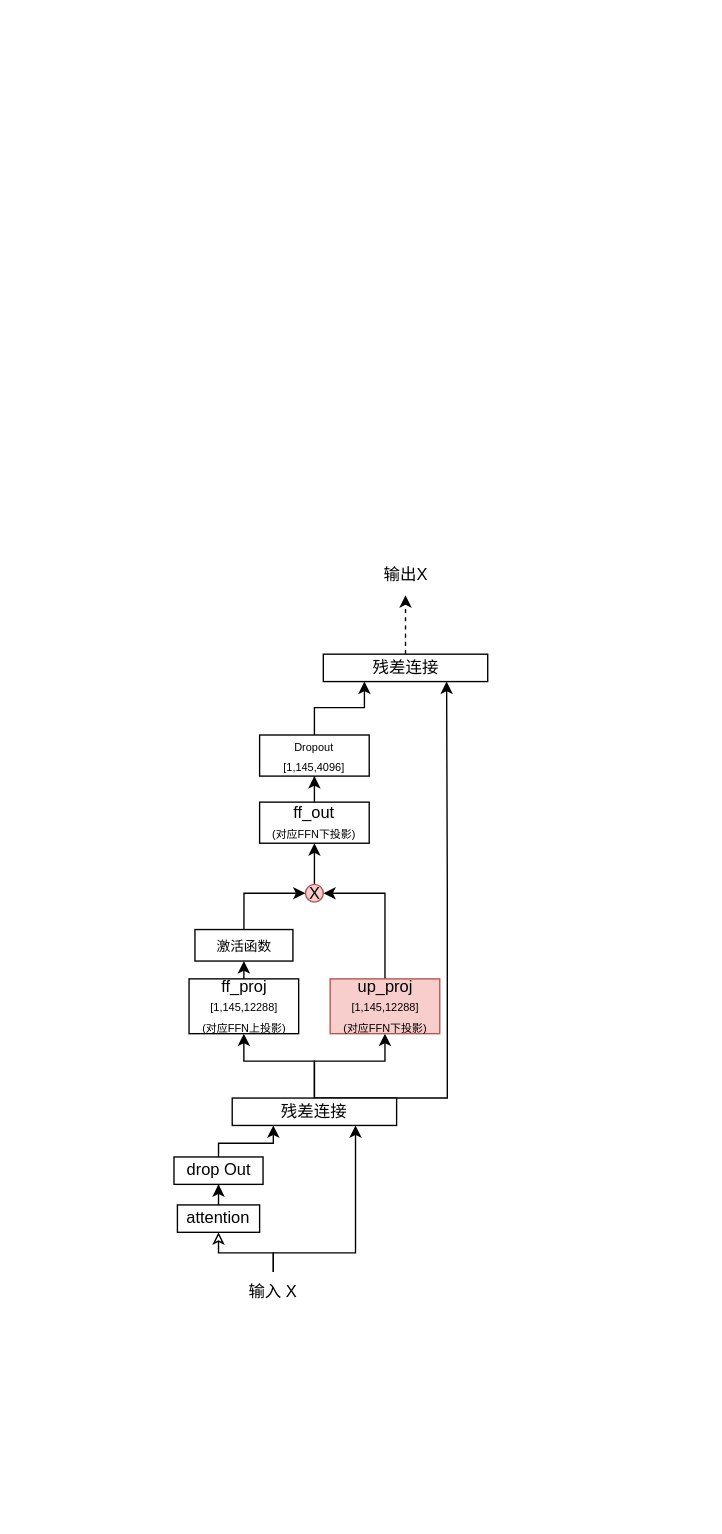
mailonghua/drawio keeps this draw.io diagram as llada.drawio. Above is the earlier version. Source tidied: cells renumbered, new cells numbered last; positions are measured from the earlier drawing's top-left corner, leaving out a move shared by most shapes. Both pictures are drawn from the tidied source at 137%, with x=0, y=0 at pixel (174, 553).
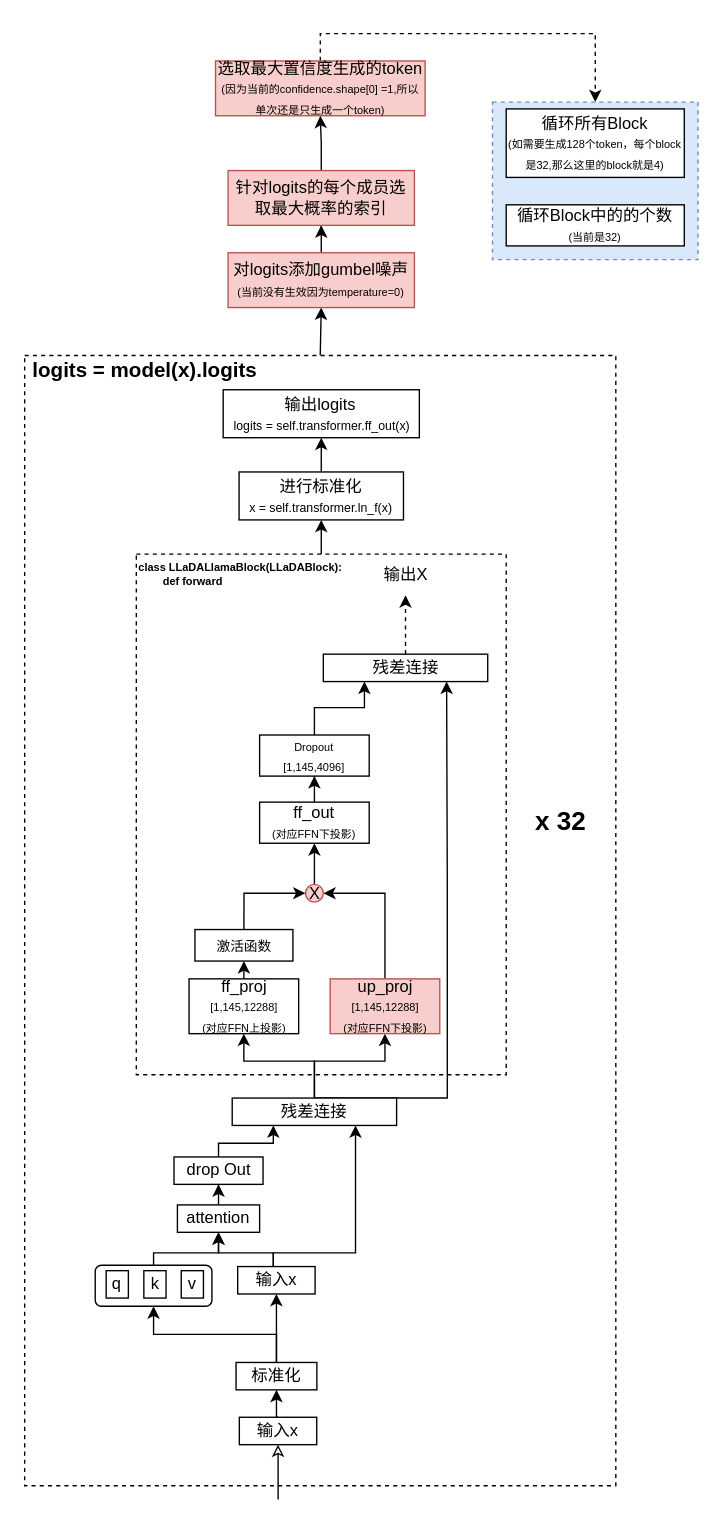
The same diagram, later.

The change refers to these unchanged cells:
```xml
<mxCell id="4" value="attention" style="rounded=0;whiteSpace=wrap;html=1;" parent="1" vertex="1">
  <mxGeometry x="2" y="475" width="60" height="20" as="geometry" />
</mxCell>
<mxCell id="10" value="残差连接" style="rounded=0;whiteSpace=wrap;html=1;" parent="1" vertex="1">
  <mxGeometry x="42" y="397" width="120" height="20" as="geometry" />
</mxCell>
```

Diff of the diagram source:
```diff
@@
+    <mxCell id="28" style="edgeStyle=orthogonalEdgeStyle;rounded=0;jettySize=auto;html=1;exitX=0.5;exitY=0;exitDx=0;exitDy=0;entryX=0.5;entryY=1;entryDx=0;entryDy=0;" parent="1" edge="1" source="29" target="52">
+      <mxGeometry relative="1" as="geometry" />
+    </mxCell>
+    <mxCell id="29" style="rounded=0;whiteSpace=wrap;html=1;dashed=1;" parent="1" vertex="1">
+      <mxGeometry x="-109.5" y="-145" width="431.5" height="825" as="geometry" />
+    </mxCell>
+    <mxCell id="30" style="edgeStyle=orthogonalEdgeStyle;rounded=0;jettySize=auto;html=1;" parent="1" edge="1" source="31" target="48">
+      <mxGeometry relative="1" as="geometry" />
+    </mxCell>
+    <mxCell id="31" style="rounded=0;whiteSpace=wrap;html=1;dashed=1;" parent="1" vertex="1">
+      <mxGeometry x="-28" width="270" height="380" as="geometry" />
+    </mxCell>
@@
-    <mxCell id="3" style="edgeStyle=orthogonalEdgeStyle;rounded=0;jettySize=auto;html=1;exitX=0.5;exitY=1;exitDx=0;exitDy=0;startArrow=classic;startFill=0;endArrow=none;entryX=0.5;entryY=0;entryDx=0;entryDy=0;" parent="1" edge="1" source="4" target="12">
+    <mxCell id="3" style="edgeStyle=orthogonalEdgeStyle;rounded=0;jettySize=auto;html=1;exitX=0.5;exitY=1;exitDx=0;exitDy=0;startArrow=classic;startFill=0;endArrow=none;entryX=0.5;entryY=0;entryDx=0;entryDy=0;" parent="1" edge="1" source="4">
       <mxGeometry relative="1" as="geometry">
+        <mxPoint x="72" y="520" as="targetPoint" />
         <Array as="points">
           <mxPoint x="32" y="510" />
           <mxPoint x="72" y="510" />
         </Array>
       </mxGeometry>
     </mxCell>
@@
-    <mxCell id="11" style="edgeStyle=orthogonalEdgeStyle;rounded=0;jettySize=auto;html=1;exitX=0.5;exitY=0;exitDx=0;exitDy=0;entryX=0.75;entryY=1;entryDx=0;entryDy=0;" parent="1" edge="1" source="12" target="10">
+    <mxCell id="11" style="edgeStyle=orthogonalEdgeStyle;rounded=0;jettySize=auto;html=1;exitX=0.5;exitY=0;exitDx=0;exitDy=0;entryX=0.75;entryY=1;entryDx=0;entryDy=0;" parent="1" edge="1" source="33" target="10">
       <mxGeometry relative="1" as="geometry">
         <Array as="points">
+          <mxPoint x="72" y="530" />
           <mxPoint x="72" y="510" />
           <mxPoint x="132" y="510" />
         </Array>
       </mxGeometry>
     </mxCell>
-    <mxCell id="12" value="输入 X" style="text;strokeColor=none;align=center;fillColor=none;html=1;verticalAlign=middle;whiteSpace=wrap;rounded=0;" parent="1" vertex="1">
-      <mxGeometry x="42" y="524" width="60" height="30" as="geometry" />
-    </mxCell>
@@
+    <mxCell id="32" value="class LLaDALlamaBlock(LLaDABlock):&lt;br&gt;&lt;span style=&quot;white-space: pre;&quot;&gt;&#9;&lt;/span&gt;def forward" style="text;strokeColor=none;align=left;fillColor=none;html=1;verticalAlign=middle;whiteSpace=wrap;rounded=0;fontSize=8;fontStyle=1;" parent="1" vertex="1">
+      <mxGeometry x="-28" width="160" height="30" as="geometry" />
+    </mxCell>
+    <mxCell id="33" value="输入x" style="rounded=0;whiteSpace=wrap;html=1;" parent="1" vertex="1">
+      <mxGeometry x="46" y="520" width="56.5" height="20" as="geometry" />
+    </mxCell>
+    <mxCell id="34" style="edgeStyle=orthogonalEdgeStyle;rounded=0;jettySize=auto;html=1;exitX=0.5;exitY=0;exitDx=0;exitDy=0;entryX=0.5;entryY=1;entryDx=0;entryDy=0;" parent="1" edge="1" source="36" target="33">
+      <mxGeometry relative="1" as="geometry" />
+    </mxCell>
+    <mxCell id="35" style="edgeStyle=orthogonalEdgeStyle;rounded=0;jettySize=auto;html=1;exitX=0.5;exitY=0;exitDx=0;exitDy=0;entryX=0.5;entryY=1;entryDx=0;entryDy=0;" parent="1" edge="1" source="36" target="41">
+      <mxGeometry relative="1" as="geometry" />
+    </mxCell>
+    <mxCell id="36" value="标准化" style="rounded=0;whiteSpace=wrap;html=1;" parent="1" vertex="1">
+      <mxGeometry x="44.8" y="590" width="59" height="20" as="geometry" />
+    </mxCell>
+    <mxCell id="37" style="edgeStyle=orthogonalEdgeStyle;rounded=0;jettySize=auto;html=1;exitX=0.5;exitY=0;exitDx=0;exitDy=0;entryX=0.5;entryY=1;entryDx=0;entryDy=0;" parent="1" edge="1" source="39" target="36">
+      <mxGeometry relative="1" as="geometry" />
+    </mxCell>
+    <mxCell id="38" style="edgeStyle=orthogonalEdgeStyle;rounded=0;jettySize=auto;html=1;exitX=0.5;exitY=1;exitDx=0;exitDy=0;startArrow=classic;startFill=0;endArrow=none;" parent="1" edge="1" source="39">
+      <mxGeometry relative="1" as="geometry">
+        <mxPoint x="75.5" y="690" as="targetPoint" />
+      </mxGeometry>
+    </mxCell>
+    <mxCell id="39" value="输入x" style="rounded=0;whiteSpace=wrap;html=1;" parent="1" vertex="1">
+      <mxGeometry x="47.2" y="630" width="56.5" height="20" as="geometry" />
+    </mxCell>
+    <mxCell id="40" style="group;" parent="1" vertex="1">
+      <mxGeometry x="-58" y="519" width="85.2" height="30" as="geometry" />
+    </mxCell>
+    <mxCell id="41" style="rounded=1;whiteSpace=wrap;html=1;" parent="40" vertex="1">
+      <mxGeometry width="85.2" height="30" as="geometry" />
+    </mxCell>
+    <mxCell id="42" value="q" style="rounded=0;whiteSpace=wrap;html=1;" parent="40" vertex="1">
+      <mxGeometry x="8" y="4" width="16.2" height="20" as="geometry" />
+    </mxCell>
+    <mxCell id="43" value="k" style="rounded=0;whiteSpace=wrap;html=1;" parent="40" vertex="1">
+      <mxGeometry x="35.5" y="4" width="16.2" height="20" as="geometry" />
+    </mxCell>
+    <mxCell id="44" value="v" style="rounded=0;whiteSpace=wrap;html=1;" parent="40" vertex="1">
+      <mxGeometry x="62.8" y="4" width="16.2" height="20" as="geometry" />
+    </mxCell>
+    <mxCell id="45" style="edgeStyle=orthogonalEdgeStyle;rounded=0;jettySize=auto;html=1;exitX=0.5;exitY=0;exitDx=0;exitDy=0;entryX=0.5;entryY=1;entryDx=0;entryDy=0;" parent="1" edge="1" source="41" target="4">
+      <mxGeometry relative="1" as="geometry">
+        <Array as="points">
+          <mxPoint x="-15" y="510" />
+          <mxPoint x="32" y="510" />
+        </Array>
+      </mxGeometry>
+    </mxCell>
+    <mxCell id="46" value="x 32" style="text;strokeColor=none;align=center;fillColor=none;html=1;verticalAlign=middle;whiteSpace=wrap;rounded=0;fontSize=19;fontStyle=1;" parent="1" vertex="1">
+      <mxGeometry x="252" y="181" width="60" height="30" as="geometry" />
+    </mxCell>
+    <mxCell id="47" style="edgeStyle=orthogonalEdgeStyle;rounded=0;jettySize=auto;html=1;" parent="1" edge="1" source="48" target="49">
+      <mxGeometry relative="1" as="geometry" />
+    </mxCell>
+    <mxCell id="48" value="进行标准化&lt;div&gt;&lt;font style=&quot;font-size: 9px;&quot;&gt;&amp;nbsp;x = self.transformer.ln_f(x)&amp;nbsp;&lt;/font&gt;&lt;br&gt;&lt;/div&gt;" style="whiteSpace=wrap;html=1;rounded=0;" parent="1" vertex="1">
+      <mxGeometry x="47" y="-60" width="120" height="35" as="geometry" />
+    </mxCell>
+    <mxCell id="49" value="输出logits&lt;div&gt;&lt;font style=&quot;font-size: 9px;&quot;&gt;&amp;nbsp;logits = self.transformer.ff_out(x)&lt;/font&gt;&lt;br&gt;&lt;/div&gt;" style="whiteSpace=wrap;html=1;rounded=0;" parent="1" vertex="1">
+      <mxGeometry x="35.4" y="-120" width="143.2" height="35" as="geometry" />
+    </mxCell>
+    <mxCell id="50" value="logits = model(x).logits" style="text;strokeColor=none;align=center;fillColor=none;html=1;verticalAlign=middle;whiteSpace=wrap;rounded=0;fontSize=15;fontStyle=1;" parent="1" vertex="1">
+      <mxGeometry x="-109.5" y="-150" width="175" height="30" as="geometry" />
+    </mxCell>
+    <mxCell id="51" style="edgeStyle=orthogonalEdgeStyle;rounded=0;jettySize=auto;html=1;" parent="1" edge="1" source="52" target="54">
+      <mxGeometry relative="1" as="geometry" />
+    </mxCell>
+    <mxCell id="52" value="对logits添加gumbel噪声&lt;font style=&quot;font-size: 8px;&quot;&gt;(当前没有生效因为temperature=0)&lt;/font&gt;" style="rounded=0;whiteSpace=wrap;html=1;fillColor=#f8cecc;strokeColor=#b85450;" parent="1" vertex="1">
+      <mxGeometry x="39" y="-220" width="136" height="40" as="geometry" />
+    </mxCell>
+    <mxCell id="53" style="edgeStyle=orthogonalEdgeStyle;rounded=0;jettySize=auto;html=1;" parent="1" edge="1" source="54" target="56">
+      <mxGeometry relative="1" as="geometry" />
+    </mxCell>
+    <mxCell id="54" value="针对logits的每个成员选取最大概率的索引" style="rounded=0;whiteSpace=wrap;html=1;fillColor=#f8cecc;strokeColor=#b85450;" parent="1" vertex="1">
+      <mxGeometry x="39" y="-280" width="136" height="40" as="geometry" />
+    </mxCell>
+    <mxCell id="55" style="edgeStyle=orthogonalEdgeStyle;rounded=0;jettySize=auto;html=1;exitX=0.5;exitY=0;exitDx=0;exitDy=0;dashed=1;entryX=0.5;entryY=0;entryDx=0;entryDy=0;" parent="1" edge="1" source="56" target="58">
+      <mxGeometry relative="1" as="geometry" />
+    </mxCell>
+    <mxCell id="56" value="选取最大置信度生成的token&lt;div&gt;&lt;font style=&quot;font-size: 8px;&quot;&gt;(因为当前的confidence.shape[0] =1,所以单次还是只生成一个token)&lt;/font&gt;&lt;/div&gt;" style="rounded=0;whiteSpace=wrap;html=1;fillColor=#f8cecc;strokeColor=#b85450;" parent="1" vertex="1">
+      <mxGeometry x="29.8" y="-360" width="153" height="40" as="geometry" />
+    </mxCell>
+    <mxCell id="57" style="group;" parent="1" vertex="1">
+      <mxGeometry x="232" y="-330" width="150" height="115" as="geometry" />
+    </mxCell>
+    <mxCell id="58" style="rounded=0;whiteSpace=wrap;html=1;dashed=1;fillColor=#dae8fc;strokeColor=#6c8ebf;" parent="57" vertex="1">
+      <mxGeometry width="150" height="115" as="geometry" />
+    </mxCell>
+    <mxCell id="59" value="循环所有Block&lt;div&gt;&lt;font style=&quot;font-size: 8px;&quot;&gt;(如需要生成128个token，每个block是32,那么这里的block就是4)&lt;/font&gt;&lt;/div&gt;" style="rounded=0;whiteSpace=wrap;html=1;" parent="57" vertex="1">
+      <mxGeometry x="10" y="5" width="130" height="50" as="geometry" />
+    </mxCell>
+    <mxCell id="60" value="循环Block中的的个数&lt;div&gt;&lt;font style=&quot;font-size: 8px;&quot;&gt;(当前是32)&lt;/font&gt;&lt;/div&gt;" style="rounded=0;whiteSpace=wrap;html=1;" parent="57" vertex="1">
+      <mxGeometry x="10" y="75" width="130" height="30" as="geometry" />
+    </mxCell>
```
